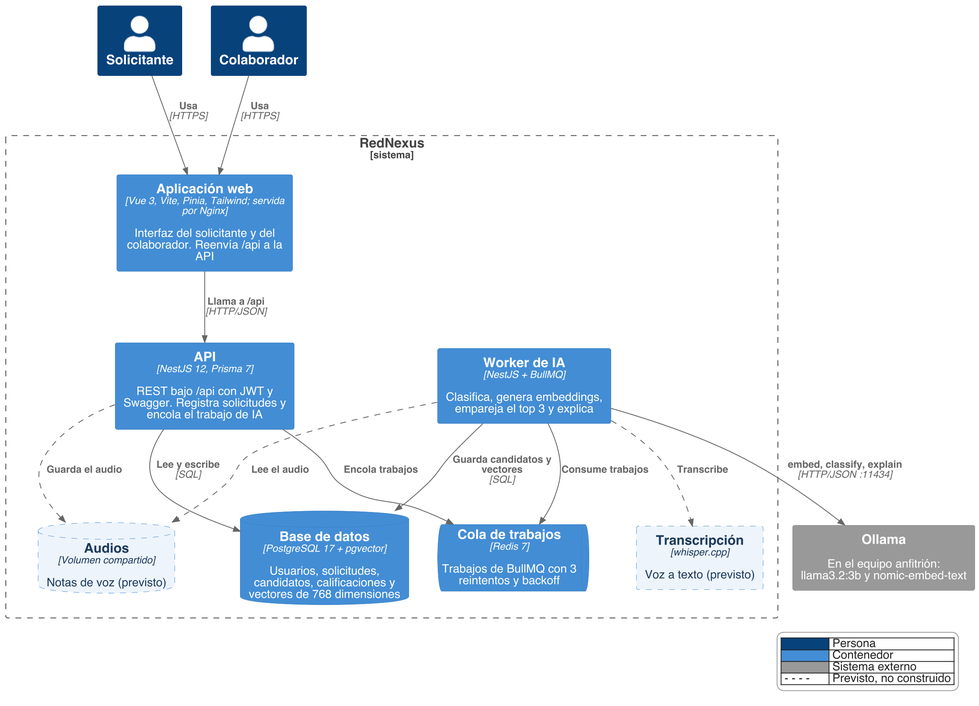
Above: docs/arquitectura/img/02-c4-contenedores.png in juanjosegl/RedNexus-Platform (PlantUML), before the change.
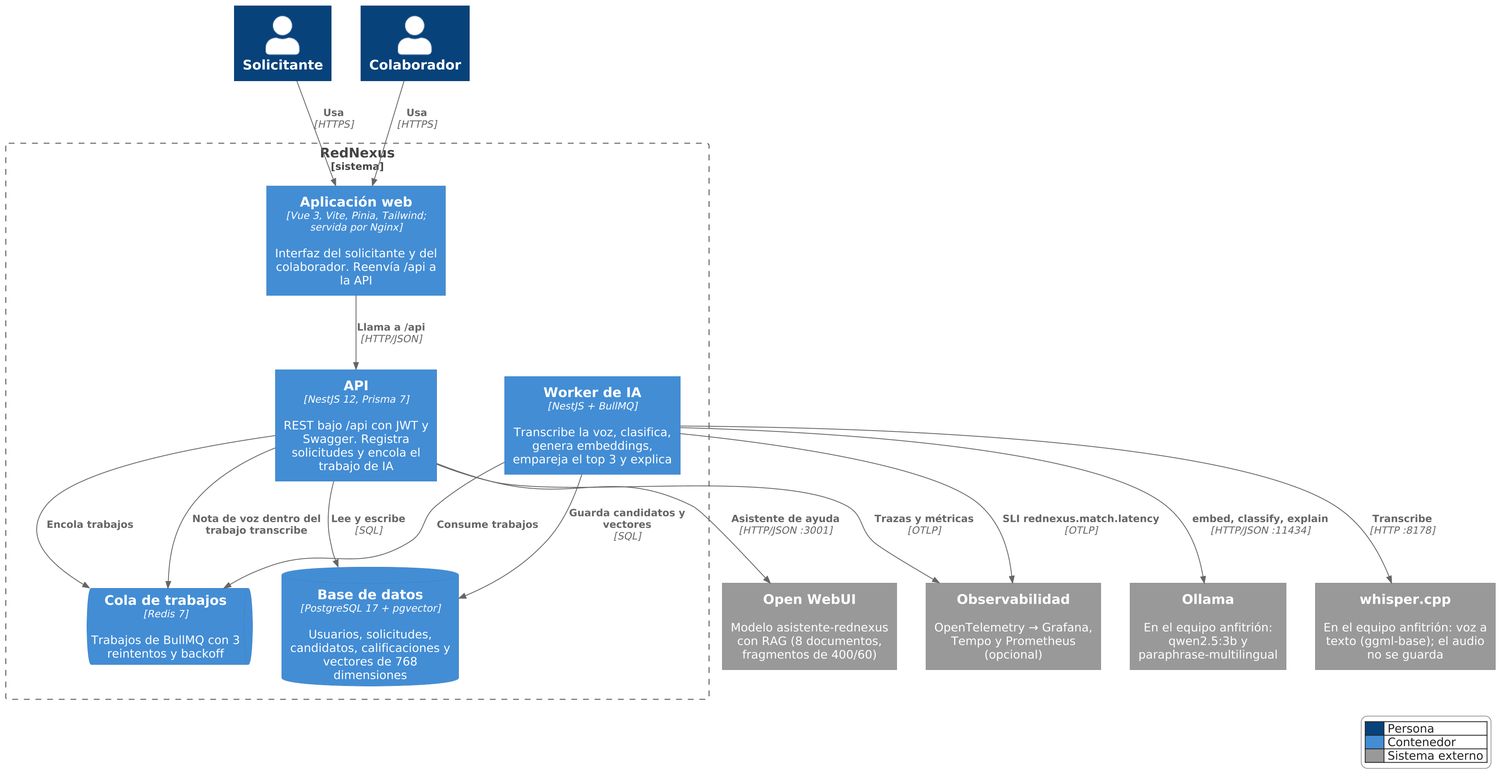
Above is the later version.

Diff of the diagram source:
```diff
@@ -1,4 +1,4 @@
-@startuml 02-c4-contenedores
+@startuml
 !include <C4/C4_Container>
 skinparam dpi 200
 skinparam defaultFontName "Helvetica"
@@ -15,14 +15,15 @@
 Boundary(rn, "RedNexus", "sistema") {
   Container(web, "Aplicación web", "Vue 3, Vite, Pinia, Tailwind; servida por Nginx", "Interfaz del solicitante y del colaborador. Reenvía /api a la API")
   Container(api, "API", "NestJS 12, Prisma 7", "REST bajo /api con JWT y Swagger. Registra solicitudes y encola el trabajo de IA")
-  Container(worker, "Worker de IA", "NestJS + BullMQ", "Clasifica, genera embeddings, empareja el top 3 y explica")
+  Container(worker, "Worker de IA", "NestJS + BullMQ", "Transcribe la voz, clasifica, genera embeddings, empareja el top 3 y explica")
   ContainerDb(db, "Base de datos", "PostgreSQL 17 + pgvector", "Usuarios, solicitudes, candidatos, calificaciones y vectores de 768 dimensiones")
   ContainerQueue(redis, "Cola de trabajos", "Redis 7", "Trabajos de BullMQ con 3 reintentos y backoff")
-  ContainerDb(audio, "Audios", "Volumen compartido", "Notas de voz (previsto)", $tags="previsto")
-  Container(whisper, "Transcripción", "whisper.cpp", "Voz a texto (previsto)", $tags="previsto")
 }
 
-System_Ext(ollama, "Ollama", "En el equipo anfitrión: llama3.2:3b y nomic-embed-text")
+System_Ext(ollama, "Ollama", "En el equipo anfitrión: qwen2.5:3b y paraphrase-multilingual")
+System_Ext(whisper, "whisper.cpp", "En el equipo anfitrión: voz a texto (ggml-base); el audio no se guarda")
+System_Ext(owui, "Open WebUI", "Modelo asistente-rednexus con RAG (8 documentos, fragmentos de 400/60)")
+System_Ext(otel, "Observabilidad", "OpenTelemetry → Grafana, Tempo y Prometheus (opcional)")
 
 Rel(sol, web, "Usa", "HTTPS")
 Rel(ayu, web, "Usa", "HTTPS")
@@ -32,9 +33,11 @@
 Rel(worker, redis, "Consume trabajos")
 Rel(worker, db, "Guarda candidatos y vectores", "SQL")
 Rel(worker, ollama, "embed, classify, explain", "HTTP/JSON :11434")
-Rel(api, audio, "Guarda el audio", $tags="previsto")
-Rel(worker, audio, "Lee el audio", $tags="previsto")
-Rel(worker, whisper, "Transcribe", $tags="previsto")
+Rel(api, redis, "Nota de voz dentro del trabajo transcribe")
+Rel(worker, whisper, "Transcribe", "HTTP :8178")
+Rel(api, owui, "Asistente de ayuda", "HTTP/JSON :3001")
+Rel(api, otel, "Trazas y métricas", "OTLP")
+Rel(worker, otel, "SLI rednexus.match.latency", "OTLP")
 
 Lay_R(sol, ayu)
 Lay_R(api, worker)
@@ -44,6 +47,5 @@
   |<#08427b>     | Persona |
   |<#438dd5>     | Contenedor |
   |<#999999>     | Sistema externo |
-  | - - - -      | Previsto, no construido |
 endlegend
 @enduml
```
